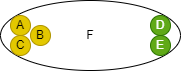
This is Language/png/Seq6.dio.png from DualsoftDev/ds, a draw.io export, as it was before one commit. Source tidied: cells renumbered, new cells last; positions are measured from the earlier drawing's top-left corner, leaving out a move shared by most shapes.
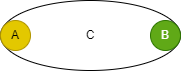
The same file after the commit.

Diff of the diagram source:
```diff
@@ -2,23 +2,14 @@
   <root>
     <mxCell id="0" />
     <mxCell id="1" parent="0" />
-    <mxCell id="2" value="F" style="ellipse;whiteSpace=wrap;html=1;" parent="1" vertex="1">
-      <mxGeometry width="180" height="70" as="geometry" />
-    </mxCell>
-    <mxCell id="3" value="D" style="ellipse;whiteSpace=wrap;html=1;fillColor=#60a917;fontColor=#ffffff;strokeColor=#2D7600;" parent="1" vertex="1">
-      <mxGeometry x="150" y="15" width="20" height="20" as="geometry" />
-    </mxCell>
-    <mxCell id="4" value="E" style="ellipse;whiteSpace=wrap;html=1;fillColor=#60a917;fontColor=#ffffff;strokeColor=#2D7600;" parent="1" vertex="1">
-      <mxGeometry x="150" y="35" width="20" height="20" as="geometry" />
-    </mxCell>
+    <mxCell id="7" value="C" style="ellipse;whiteSpace=wrap;html=1;" parent="1" vertex="1">
+      <mxGeometry width="180" height="70" as="geometry" />
+    </mxCell>
     <mxCell id="5" value="A" style="ellipse;whiteSpace=wrap;html=1;fillColor=#e3c800;fontColor=#000000;strokeColor=#B09500;" parent="1" vertex="1">
-      <mxGeometry x="10" y="15" width="20" height="20" as="geometry" />
+      <mxGeometry y="20" width="30" height="30" as="geometry" />
     </mxCell>
-    <mxCell id="6" value="B" style="ellipse;whiteSpace=wrap;html=1;fillColor=#e3c800;fontColor=#000000;strokeColor=#B09500;" parent="1" vertex="1">
-      <mxGeometry x="30" y="25" width="20" height="20" as="geometry" />
+    <mxCell id="6" value="B" style="ellipse;whiteSpace=wrap;html=1;fillColor=#60a917;fontColor=#ffffff;strokeColor=#2D7600;" parent="1" vertex="1">
+      <mxGeometry x="150" y="20" width="30" height="30" as="geometry" />
     </mxCell>
-    <mxCell id="7" value="C" style="ellipse;whiteSpace=wrap;html=1;fillColor=#e3c800;fontColor=#000000;strokeColor=#B09500;" parent="1" vertex="1">
-      <mxGeometry x="10" y="35" width="20" height="20" as="geometry" />
-    </mxCell>
   </root>
 </mxGraphModel>
```
